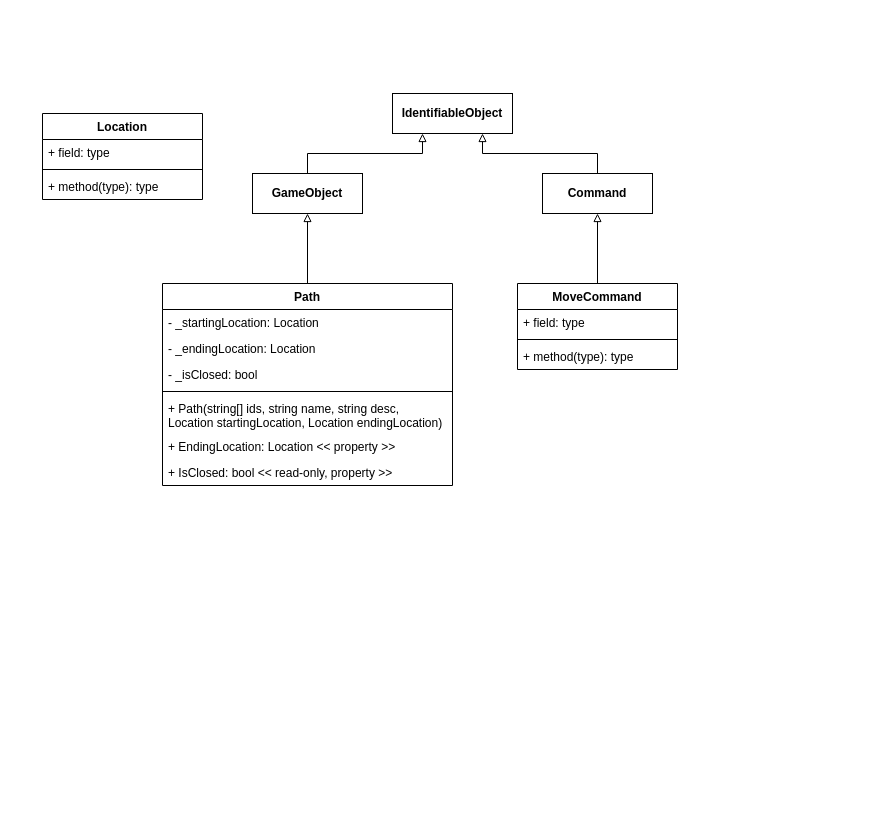
The draw.io diagram Portfolio/9.2C - Case Study - Iteration 7 - Paths📗/9.2C - UML Class Diagram for Path, MoveCommand and related objects.drawio in trungkiennguyen22082004/COS20007_Object_Oriented_Programming, before the edit. Source tidied: cells renumbered, new cells numbered last; positions are measured from the earlier drawing's top-left corner, leaving out a move shared by most shapes. Both pictures are drawn from the tidied source at 100%, with x=0, y=0 at pixel (42, 93).
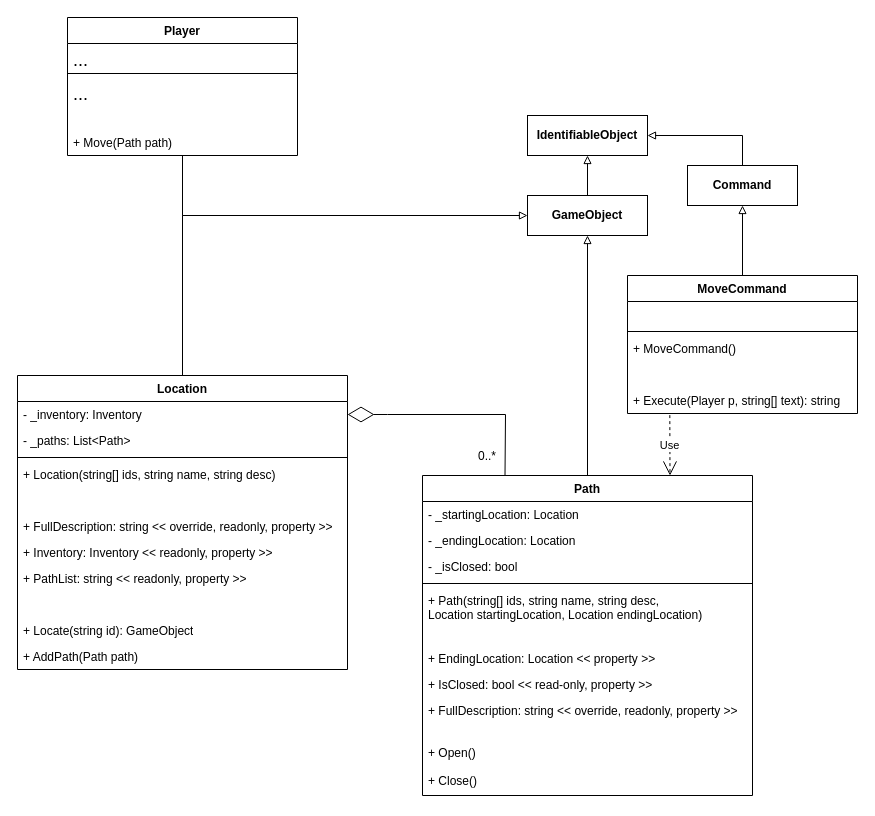
Above is the later version.

Change to the diagram source:
```diff
@@
     <mxCell id="3" value="Path" style="swimlane;fontStyle=1;align=center;verticalAlign=top;horizontal=1;startSize=26;whiteSpace=wrap;html=1;" parent="1" vertex="1">
-      <mxGeometry x="120" y="190" width="290" height="202" as="geometry" />
+      <mxGeometry x="380" y="382" width="330" height="320" as="geometry" />
     </mxCell>
     <mxCell id="4" value="- _startingLocation: Location" style="text;strokeColor=none;fillColor=none;align=left;verticalAlign=top;spacingLeft=4;spacingRight=4;overflow=hidden;whiteSpace=wrap;html=1;" parent="3" vertex="1">
-      <mxGeometry y="26" width="290" height="26" as="geometry" />
+      <mxGeometry y="26" width="330" height="26" as="geometry" />
     </mxCell>
     <mxCell id="5" value="- _endingLocation: Location" style="text;strokeColor=none;fillColor=none;align=left;verticalAlign=top;spacingLeft=4;spacingRight=4;overflow=hidden;whiteSpace=wrap;html=1;" parent="3" vertex="1">
-      <mxGeometry y="52" width="290" height="26" as="geometry" />
+      <mxGeometry y="52" width="330" height="26" as="geometry" />
     </mxCell>
     <mxCell id="6" value="- _isClosed: bool" style="text;strokeColor=none;fillColor=none;align=left;verticalAlign=top;spacingLeft=4;spacingRight=4;overflow=hidden;whiteSpace=wrap;html=1;" parent="3" vertex="1">
-      <mxGeometry y="78" width="290" height="26" as="geometry" />
+      <mxGeometry y="78" width="330" height="26" as="geometry" />
     </mxCell>
     <mxCell id="7" style="line;strokeWidth=1;fillColor=none;align=left;verticalAlign=middle;spacingTop=-1;spacingLeft=3;spacingRight=3;labelPosition=right;strokeColor=inherit;" parent="3" vertex="1">
-      <mxGeometry y="104" width="290" height="8" as="geometry" />
+      <mxGeometry y="104" width="330" height="8" as="geometry" />
     </mxCell>
     <mxCell id="8" value="+ Path(string[] ids, string name, string desc, &lt;br&gt;Location startingLocation, Location endingLocation)" style="text;strokeColor=none;fillColor=none;align=left;verticalAlign=top;spacingLeft=4;spacingRight=4;overflow=hidden;whiteSpace=wrap;html=1;" parent="3" vertex="1">
-      <mxGeometry y="112" width="290" height="38" as="geometry" />
+      <mxGeometry y="112" width="330" height="38" as="geometry" />
     </mxCell>
-    <mxCell id="9" value="+ EndingLocation: Location &amp;lt;&amp;lt; property &amp;gt;&amp;gt;" style="text;strokeColor=none;fillColor=none;align=left;verticalAlign=top;spacingLeft=4;spacingRight=4;overflow=hidden;whiteSpace=wrap;html=1;" parent="3" vertex="1">
-      <mxGeometry y="150" width="290" height="26" as="geometry" />
+    <mxCell id="9" value="&amp;nbsp;" style="text;strokeColor=none;fillColor=none;align=left;verticalAlign=top;spacingLeft=4;spacingRight=4;overflow=hidden;whiteSpace=wrap;html=1;" parent="3" vertex="1">
+      <mxGeometry y="150" width="330" height="20" as="geometry" />
     </mxCell>
+    <mxCell id="25" value="+ EndingLocation: Location &amp;lt;&amp;lt; property &amp;gt;&amp;gt;" style="text;strokeColor=none;fillColor=none;align=left;verticalAlign=top;spacingLeft=4;spacingRight=4;overflow=hidden;whiteSpace=wrap;html=1;" parent="3" vertex="1">
+      <mxGeometry y="170" width="330" height="26" as="geometry" />
+    </mxCell>
     <mxCell id="10" value="+ IsClosed: bool &amp;lt;&amp;lt; read-only, property &amp;gt;&amp;gt;" style="text;strokeColor=none;fillColor=none;align=left;verticalAlign=top;spacingLeft=4;spacingRight=4;overflow=hidden;whiteSpace=wrap;html=1;" parent="3" vertex="1">
-      <mxGeometry y="176" width="290" height="26" as="geometry" />
+      <mxGeometry y="196" width="330" height="26" as="geometry" />
     </mxCell>
+    <mxCell id="26" value="+ FullDescription: string &amp;lt;&amp;lt; override, readonly, property &amp;gt;&amp;gt;" style="text;strokeColor=none;fillColor=none;align=left;verticalAlign=top;spacingLeft=4;spacingRight=4;overflow=hidden;whiteSpace=wrap;html=1;" parent="3" vertex="1">
+      <mxGeometry y="222" width="330" height="28" as="geometry" />
+    </mxCell>
+    <mxCell id="27" value="&amp;nbsp;" style="text;strokeColor=none;fillColor=none;align=left;verticalAlign=top;spacingLeft=4;spacingRight=4;overflow=hidden;whiteSpace=wrap;html=1;" parent="3" vertex="1">
+      <mxGeometry y="250" width="330" height="14" as="geometry" />
+    </mxCell>
+    <mxCell id="28" value="+ Open()" style="text;strokeColor=none;fillColor=none;align=left;verticalAlign=top;spacingLeft=4;spacingRight=4;overflow=hidden;whiteSpace=wrap;html=1;" parent="3" vertex="1">
+      <mxGeometry y="264" width="330" height="28" as="geometry" />
+    </mxCell>
+    <mxCell id="29" value="+ Close()" style="text;strokeColor=none;fillColor=none;align=left;verticalAlign=top;spacingLeft=4;spacingRight=4;overflow=hidden;whiteSpace=wrap;html=1;" parent="3" vertex="1">
+      <mxGeometry y="292" width="330" height="28" as="geometry" />
+    </mxCell>
     <mxCell id="11" value="&lt;b&gt;IdentifiableObject&lt;/b&gt;" style="html=1;whiteSpace=wrap;" parent="1" vertex="1">
-      <mxGeometry x="350" width="120" height="40" as="geometry" />
+      <mxGeometry x="485" y="22" width="120" height="40" as="geometry" />
     </mxCell>
-    <mxCell id="12" style="edgeStyle=orthogonalEdgeStyle;rounded=0;jettySize=auto;html=1;exitX=0.5;exitY=0;exitDx=0;exitDy=0;entryX=0.25;entryY=1;entryDx=0;entryDy=0;endArrow=block;endFill=0;" parent="1" edge="1" source="13" target="11">
+    <mxCell id="12" style="edgeStyle=orthogonalEdgeStyle;rounded=0;jettySize=auto;html=1;exitX=0.5;exitY=0;exitDx=0;exitDy=0;entryX=0.5;entryY=1;entryDx=0;entryDy=0;endArrow=block;endFill=0;" parent="1" edge="1" source="13" target="11">
       <mxGeometry relative="1" as="geometry" />
     </mxCell>
     <mxCell id="13" value="&lt;b&gt;GameObject&lt;/b&gt;" style="html=1;whiteSpace=wrap;" parent="1" vertex="1">
-      <mxGeometry x="210" y="80" width="110" height="40" as="geometry" />
+      <mxGeometry x="485" y="102" width="120" height="40" as="geometry" />
     </mxCell>
-    <mxCell id="14" style="edgeStyle=orthogonalEdgeStyle;rounded=0;jettySize=auto;html=1;exitX=0.5;exitY=0;exitDx=0;exitDy=0;entryX=0.75;entryY=1;entryDx=0;entryDy=0;endArrow=block;endFill=0;" parent="1" edge="1" source="15" target="11">
+    <mxCell id="14" style="edgeStyle=orthogonalEdgeStyle;rounded=0;jettySize=auto;html=1;exitX=0.5;exitY=0;exitDx=0;exitDy=0;entryX=1;entryY=0.5;entryDx=0;entryDy=0;endArrow=block;endFill=0;" parent="1" edge="1" source="15" target="11">
       <mxGeometry relative="1" as="geometry" />
     </mxCell>
     <mxCell id="15" value="&lt;b&gt;Command&lt;/b&gt;" style="html=1;whiteSpace=wrap;" parent="1" vertex="1">
-      <mxGeometry x="500" y="80" width="110" height="40" as="geometry" />
+      <mxGeometry x="645" y="72" width="110" height="40" as="geometry" />
     </mxCell>
@@
     <mxCell id="17" value="MoveCommand" style="swimlane;fontStyle=1;align=center;verticalAlign=top;horizontal=1;startSize=26;whiteSpace=wrap;html=1;" parent="1" vertex="1">
-      <mxGeometry x="475" y="190" width="160" height="86" as="geometry" />
+      <mxGeometry x="585" y="182" width="230" height="138" as="geometry" />
     </mxCell>
-    <mxCell id="18" value="+ field: type" style="text;strokeColor=none;fillColor=none;align=left;verticalAlign=top;spacingLeft=4;spacingRight=4;overflow=hidden;whiteSpace=wrap;html=1;" parent="17" vertex="1">
-      <mxGeometry y="26" width="160" height="26" as="geometry" />
+    <mxCell id="18" value="&amp;nbsp;" style="text;strokeColor=none;fillColor=none;align=left;verticalAlign=top;spacingLeft=4;spacingRight=4;overflow=hidden;whiteSpace=wrap;html=1;" parent="17" vertex="1">
+      <mxGeometry y="26" width="230" height="26" as="geometry" />
     </mxCell>
     <mxCell id="19" style="line;strokeWidth=1;fillColor=none;align=left;verticalAlign=middle;spacingTop=-1;spacingLeft=3;spacingRight=3;labelPosition=right;strokeColor=inherit;" parent="17" vertex="1">
-      <mxGeometry y="52" width="160" height="8" as="geometry" />
+      <mxGeometry y="52" width="230" height="8" as="geometry" />
     </mxCell>
-    <mxCell id="20" value="+ method(type): type" style="text;strokeColor=none;fillColor=none;align=left;verticalAlign=top;spacingLeft=4;spacingRight=4;overflow=hidden;whiteSpace=wrap;html=1;" parent="17" vertex="1">
-      <mxGeometry y="60" width="160" height="26" as="geometry" />
+    <mxCell id="20" value="+ MoveCommand()" style="text;strokeColor=none;fillColor=none;align=left;verticalAlign=top;spacingLeft=4;spacingRight=4;overflow=hidden;whiteSpace=wrap;html=1;" parent="17" vertex="1">
+      <mxGeometry y="60" width="230" height="26" as="geometry" />
     </mxCell>
+    <mxCell id="30" value="&amp;nbsp;" style="text;strokeColor=none;fillColor=none;align=left;verticalAlign=top;spacingLeft=4;spacingRight=4;overflow=hidden;whiteSpace=wrap;html=1;" parent="17" vertex="1">
+      <mxGeometry y="86" width="230" height="26" as="geometry" />
+    </mxCell>
+    <mxCell id="31" value="+ Execute(Player p, string[] text): string" style="text;strokeColor=none;fillColor=none;align=left;verticalAlign=top;spacingLeft=4;spacingRight=4;overflow=hidden;points=[[0,0.5],[1,0.5]];portConstraint=eastwest;whiteSpace=wrap;html=1;" parent="17" vertex="1">
+      <mxGeometry y="112" width="230" height="26" as="geometry" />
+    </mxCell>
+    <mxCell id="32" style="edgeStyle=orthogonalEdgeStyle;rounded=0;jettySize=auto;html=1;exitX=0.5;exitY=0;exitDx=0;exitDy=0;entryX=0;entryY=0.5;entryDx=0;entryDy=0;endArrow=block;endFill=0;" parent="1" edge="1" source="21" target="13">
+      <mxGeometry relative="1" as="geometry" />
+    </mxCell>
     <mxCell id="21" value="Location" style="swimlane;fontStyle=1;align=center;verticalAlign=top;horizontal=1;startSize=26;whiteSpace=wrap;html=1;" parent="1" vertex="1">
-      <mxGeometry y="20" width="160" height="86" as="geometry" />
+      <mxGeometry x="-25" y="282" width="330" height="294" as="geometry" />
     </mxCell>
-    <mxCell id="22" value="+ field: type" style="text;strokeColor=none;fillColor=none;align=left;verticalAlign=top;spacingLeft=4;spacingRight=4;overflow=hidden;points=[[0,0.5],[1,0.5]];portConstraint=eastwest;whiteSpace=wrap;html=1;" parent="21" vertex="1">
-      <mxGeometry y="26" width="160" height="26" as="geometry" />
+    <mxCell id="22" value="- _inventory: Inventory" style="text;strokeColor=none;fillColor=none;align=left;verticalAlign=top;spacingLeft=4;spacingRight=4;overflow=hidden;points=[[0,0.5],[1,0.5]];portConstraint=eastwest;whiteSpace=wrap;html=1;" parent="21" vertex="1">
+      <mxGeometry y="26" width="330" height="26" as="geometry" />
     </mxCell>
+    <mxCell id="33" value="- _paths: List&amp;lt;Path&amp;gt;" style="text;strokeColor=none;fillColor=none;align=left;verticalAlign=top;spacingLeft=4;spacingRight=4;overflow=hidden;whiteSpace=wrap;html=1;" parent="21" vertex="1">
+      <mxGeometry y="52" width="330" height="26" as="geometry" />
+    </mxCell>
     <mxCell id="23" style="line;strokeWidth=1;fillColor=none;align=left;verticalAlign=middle;spacingTop=-1;spacingLeft=3;spacingRight=3;labelPosition=right;strokeColor=inherit;" parent="21" vertex="1">
-      <mxGeometry y="52" width="160" height="8" as="geometry" />
+      <mxGeometry y="78" width="330" height="8" as="geometry" />
     </mxCell>
-    <mxCell id="24" value="+ method(type): type" style="text;strokeColor=none;fillColor=none;align=left;verticalAlign=top;spacingLeft=4;spacingRight=4;overflow=hidden;whiteSpace=wrap;html=1;" parent="21" vertex="1">
-      <mxGeometry y="60" width="160" height="26" as="geometry" />
+    <mxCell id="24" value="+ Location(string[] ids, string name, string desc)" style="text;strokeColor=none;fillColor=none;align=left;verticalAlign=top;spacingLeft=4;spacingRight=4;overflow=hidden;whiteSpace=wrap;html=1;" parent="21" vertex="1">
+      <mxGeometry y="86" width="330" height="26" as="geometry" />
     </mxCell>
+    <mxCell id="34" value="&amp;nbsp;" style="text;strokeColor=none;fillColor=none;align=left;verticalAlign=top;spacingLeft=4;spacingRight=4;overflow=hidden;whiteSpace=wrap;html=1;" parent="21" vertex="1">
+      <mxGeometry y="112" width="330" height="26" as="geometry" />
+    </mxCell>
+    <mxCell id="35" value="+ FullDescription: string &amp;lt;&amp;lt; override, readonly, property &amp;gt;&amp;gt;" style="text;strokeColor=none;fillColor=none;align=left;verticalAlign=top;spacingLeft=4;spacingRight=4;overflow=hidden;whiteSpace=wrap;html=1;" parent="21" vertex="1">
+      <mxGeometry y="138" width="330" height="26" as="geometry" />
+    </mxCell>
+    <mxCell id="36" value="+ Inventory: Inventory &amp;lt;&amp;lt; readonly, property &amp;gt;&amp;gt;" style="text;strokeColor=none;fillColor=none;align=left;verticalAlign=top;spacingLeft=4;spacingRight=4;overflow=hidden;whiteSpace=wrap;html=1;" parent="21" vertex="1">
+      <mxGeometry y="164" width="330" height="26" as="geometry" />
+    </mxCell>
+    <mxCell id="37" value="+ PathList: string &amp;lt;&amp;lt; readonly, property &amp;gt;&amp;gt;" style="text;strokeColor=none;fillColor=none;align=left;verticalAlign=top;spacingLeft=4;spacingRight=4;overflow=hidden;whiteSpace=wrap;html=1;" parent="21" vertex="1">
+      <mxGeometry y="190" width="330" height="26" as="geometry" />
+    </mxCell>
+    <mxCell id="38" value="&amp;nbsp;" style="text;strokeColor=none;fillColor=none;align=left;verticalAlign=top;spacingLeft=4;spacingRight=4;overflow=hidden;whiteSpace=wrap;html=1;" parent="21" vertex="1">
+      <mxGeometry y="216" width="330" height="26" as="geometry" />
+    </mxCell>
+    <mxCell id="39" value="+ Locate(string id): GameObject" style="text;strokeColor=none;fillColor=none;align=left;verticalAlign=top;spacingLeft=4;spacingRight=4;overflow=hidden;whiteSpace=wrap;html=1;" parent="21" vertex="1">
+      <mxGeometry y="242" width="330" height="26" as="geometry" />
+    </mxCell>
+    <mxCell id="40" value="+ AddPath(Path path)" style="text;strokeColor=none;fillColor=none;align=left;verticalAlign=top;spacingLeft=4;spacingRight=4;overflow=hidden;whiteSpace=wrap;html=1;" parent="21" vertex="1">
+      <mxGeometry y="268" width="330" height="26" as="geometry" />
+    </mxCell>
+    <mxCell id="41" value="Use" style="endArrow=open;endSize=12;dashed=1;html=1;rounded=0;exitX=0.184;exitY=1.062;exitDx=0;exitDy=0;exitPerimeter=0;entryX=0.75;entryY=0;entryDx=0;entryDy=0;" parent="1" edge="1" source="31" target="3">
+      <mxGeometry relative="1" as="geometry" />
+    </mxCell>
+    <mxCell id="42" style="endArrow=diamondThin;endFill=0;endSize=24;html=1;rounded=0;exitX=0.25;exitY=0;exitDx=0;exitDy=0;entryX=1;entryY=0.5;entryDx=0;entryDy=0;" parent="1" edge="1" source="3" target="22">
+      <mxGeometry relative="1" as="geometry">
+        <Array as="points">
+          <mxPoint x="463" y="321" />
+          <mxPoint x="345" y="321" />
+        </Array>
+      </mxGeometry>
+    </mxCell>
+    <mxCell id="43" value="0..*" style="text;html=1;strokeColor=none;fillColor=none;align=center;verticalAlign=middle;whiteSpace=wrap;rounded=0;" parent="1" vertex="1">
+      <mxGeometry x="415" y="348" width="60" height="30" as="geometry" />
+    </mxCell>
+    <mxCell id="44" value="Player" style="swimlane;fontStyle=1;align=center;verticalAlign=top;horizontal=1;startSize=26;whiteSpace=wrap;html=1;" parent="1" vertex="1">
+      <mxGeometry x="25" y="-76" width="230" height="138" as="geometry" />
+    </mxCell>
+    <mxCell id="45" value="&lt;font style=&quot;font-size: 18px;&quot;&gt;...&lt;/font&gt;" style="text;strokeColor=none;fillColor=none;align=left;verticalAlign=top;spacingLeft=4;spacingRight=4;overflow=hidden;whiteSpace=wrap;html=1;" parent="44" vertex="1">
+      <mxGeometry y="26" width="230" height="26" as="geometry" />
+    </mxCell>
+    <mxCell id="46" style="line;strokeWidth=1;fillColor=none;align=left;verticalAlign=middle;spacingTop=-1;spacingLeft=3;spacingRight=3;labelPosition=right;strokeColor=inherit;" parent="44" vertex="1">
+      <mxGeometry y="52" width="230" height="8" as="geometry" />
+    </mxCell>
+    <mxCell id="47" value="&lt;font style=&quot;font-size: 18px;&quot;&gt;...&lt;/font&gt;" style="text;strokeColor=none;fillColor=none;align=left;verticalAlign=top;spacingLeft=4;spacingRight=4;overflow=hidden;whiteSpace=wrap;html=1;" parent="44" vertex="1">
+      <mxGeometry y="60" width="230" height="26" as="geometry" />
+    </mxCell>
+    <mxCell id="48" style="edgeStyle=orthogonalEdgeStyle;rounded=0;jettySize=auto;html=1;endArrow=none;endFill=0;" parent="44" edge="1" source="50">
+      <mxGeometry relative="1" as="geometry">
+        <mxPoint x="440" y="198" as="targetPoint" />
+        <Array as="points">
+          <mxPoint x="115" y="198" />
+        </Array>
+      </mxGeometry>
+    </mxCell>
+    <mxCell id="49" value="&amp;nbsp;" style="text;strokeColor=none;fillColor=none;align=left;verticalAlign=top;spacingLeft=4;spacingRight=4;overflow=hidden;whiteSpace=wrap;html=1;" parent="44" vertex="1">
+      <mxGeometry y="86" width="230" height="26" as="geometry" />
+    </mxCell>
+    <mxCell id="50" value="+ Move(Path path)" style="text;strokeColor=none;fillColor=none;align=left;verticalAlign=top;spacingLeft=4;spacingRight=4;overflow=hidden;points=[[0,0.5],[1,0.5]];portConstraint=eastwest;whiteSpace=wrap;html=1;" parent="44" vertex="1">
+      <mxGeometry y="112" width="230" height="26" as="geometry" />
+    </mxCell>
```
